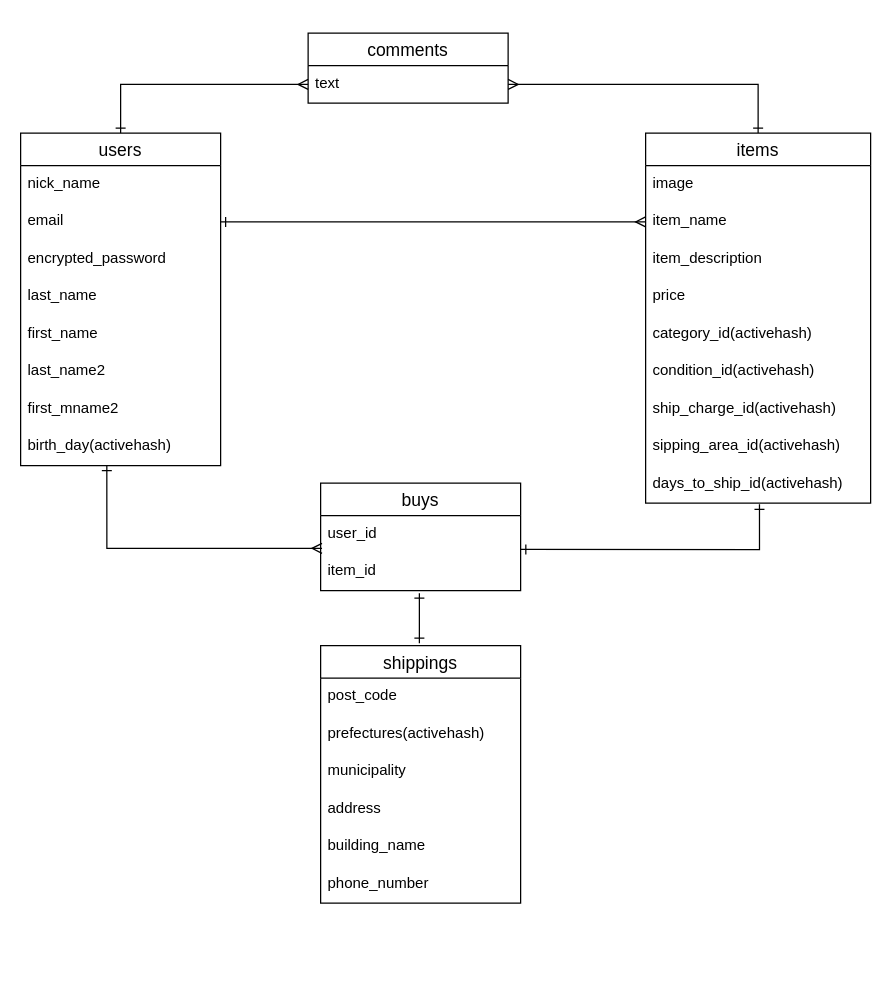
Above: page "ページ1" (1 of 2) of ER.dio in Kazuki3dayo/furima-31103 (draw.io), before the change. Source tidied: cells renumbered, new cells numbered last; positions are measured from the earlier drawing's top-left corner, leaving out a move shared by most shapes. Both pictures are drawn from the tidied source at 125%, with x=0, y=0 at pixel (20, 32).
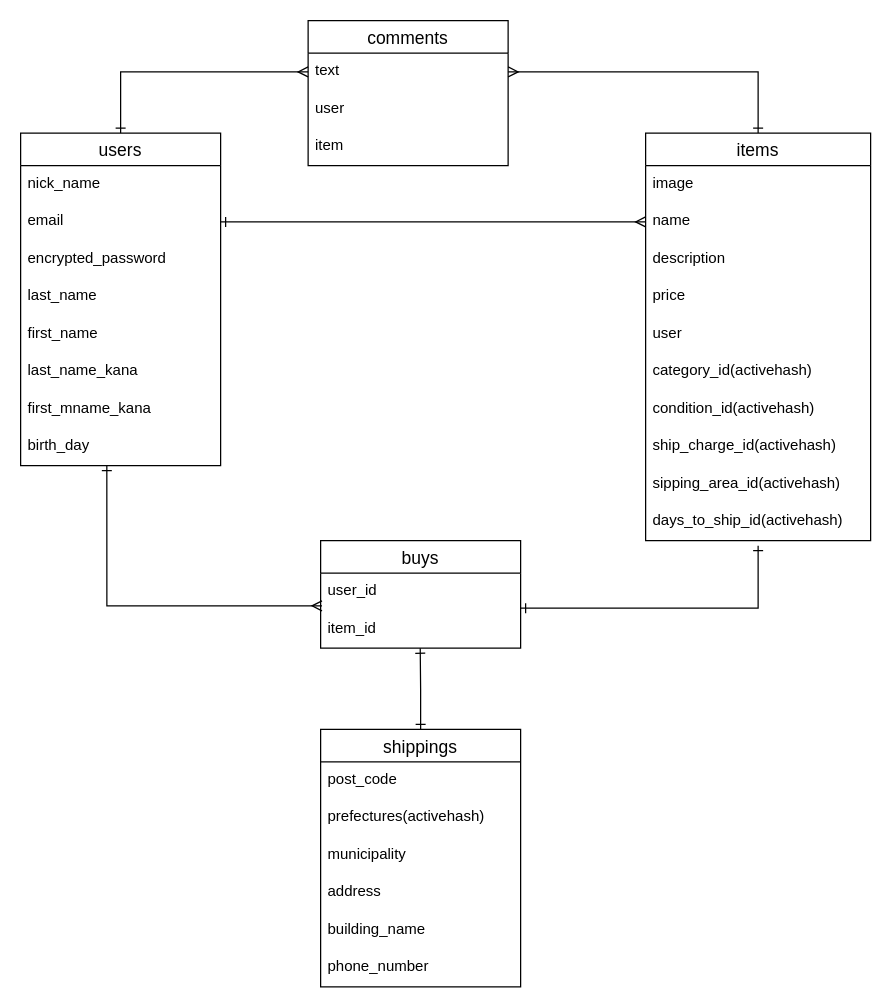
The same page after the edit.

Commit message (it also covers changes not shown here):
ER図、README修正_1

The change refers to these unchanged cells:
```xml
<mxCell id="7" value="users" style="swimlane;fontStyle=0;horizontal=1;startSize=26;align=center;fontSize=14;" parent="1" vertex="1">
  <mxGeometry y="80" width="160" height="266" as="geometry" />
</mxCell>
<mxCell id="31" value="item_id" style="text;strokeColor=none;fillColor=none;spacingLeft=4;spacingRight=4;overflow=hidden;points=[[0,0.5],[1,0.5]];portConstraint=eastwest;fontSize=12;" parent="29" vertex="1">
  <mxGeometry y="56" width="160" height="30" as="geometry" />
</mxCell>
```

Change to the diagram source:
```diff
@@
-    <mxCell id="6" style="edgeStyle=orthogonalEdgeStyle;rounded=0;jettySize=auto;html=1;exitX=1.001;exitY=-0.097;exitDx=0;exitDy=0;startArrow=ERone;startFill=0;endArrow=ERone;endFill=0;entryX=0.506;entryY=1.033;entryDx=0;entryDy=0;entryPerimeter=0;exitPerimeter=0;" parent="1" edge="1" source="31" target="25">
-      <mxGeometry relative="1" as="geometry" />
-    </mxCell>
@@
-    <mxCell id="13" value="last_name2" style="text;strokeColor=none;fillColor=none;spacingLeft=4;spacingRight=4;overflow=hidden;fontSize=12;" parent="7" vertex="1">
+    <mxCell id="13" value="last_name_kana" style="text;strokeColor=none;fillColor=none;spacingLeft=4;spacingRight=4;overflow=hidden;fontSize=12;" parent="7" vertex="1">
       <mxGeometry y="176" width="160" height="30" as="geometry" />
     </mxCell>
-    <mxCell id="14" value="first_mname2" style="text;strokeColor=none;fillColor=none;spacingLeft=4;spacingRight=4;overflow=hidden;fontSize=12;" parent="7" vertex="1">
+    <mxCell id="14" value="first_mname_kana" style="text;strokeColor=none;fillColor=none;spacingLeft=4;spacingRight=4;overflow=hidden;fontSize=12;" parent="7" vertex="1">
       <mxGeometry y="206" width="160" height="30" as="geometry" />
     </mxCell>
-    <mxCell id="15" value="birth_day(activehash)" style="text;strokeColor=none;fillColor=none;spacingLeft=4;spacingRight=4;overflow=hidden;points=[[0,0.5],[1,0.5]];portConstraint=eastwest;fontSize=12;" parent="7" vertex="1">
+    <mxCell id="15" value="birth_day" style="text;strokeColor=none;fillColor=none;spacingLeft=4;spacingRight=4;overflow=hidden;points=[[0,0.5],[1,0.5]];portConstraint=eastwest;fontSize=12;" parent="7" vertex="1">
       <mxGeometry y="236" width="160" height="30" as="geometry" />
     </mxCell>
     <mxCell id="16" value="items" style="swimlane;fontStyle=0;horizontal=1;startSize=26;align=center;fontSize=14;" parent="1" vertex="1">
-      <mxGeometry x="500" y="80" width="180" height="296" as="geometry" />
+      <mxGeometry x="500" y="80" width="180" height="326" as="geometry" />
     </mxCell>
@@
-    <mxCell id="18" value="item_name" style="text;strokeColor=none;fillColor=none;spacingLeft=4;spacingRight=4;overflow=hidden;points=[[0,0.5],[1,0.5]];portConstraint=eastwest;fontSize=12;" parent="16" vertex="1">
+    <mxCell id="18" value="name" style="text;strokeColor=none;fillColor=none;spacingLeft=4;spacingRight=4;overflow=hidden;points=[[0,0.5],[1,0.5]];portConstraint=eastwest;fontSize=12;" parent="16" vertex="1">
       <mxGeometry y="56" width="180" height="30" as="geometry" />
     </mxCell>
-    <mxCell id="19" value="item_description" style="text;strokeColor=none;fillColor=none;spacingLeft=4;spacingRight=4;overflow=hidden;fontSize=12;" parent="16" vertex="1">
+    <mxCell id="19" value="description" style="text;strokeColor=none;fillColor=none;spacingLeft=4;spacingRight=4;overflow=hidden;fontSize=12;" parent="16" vertex="1">
       <mxGeometry y="86" width="180" height="30" as="geometry" />
     </mxCell>
@@
+    <mxCell id="39" value="user" style="text;strokeColor=none;fillColor=none;spacingLeft=4;spacingRight=4;overflow=hidden;fontSize=12;" parent="16" vertex="1">
+      <mxGeometry y="146" width="180" height="30" as="geometry" />
+    </mxCell>
     <mxCell id="21" value="category_id(activehash)" style="text;strokeColor=none;fillColor=none;spacingLeft=4;spacingRight=4;overflow=hidden;fontSize=12;" parent="16" vertex="1">
-      <mxGeometry y="146" width="180" height="30" as="geometry" />
+      <mxGeometry y="176" width="180" height="30" as="geometry" />
     </mxCell>
     <mxCell id="22" value="condition_id(activehash)" style="text;strokeColor=none;fillColor=none;spacingLeft=4;spacingRight=4;overflow=hidden;fontSize=12;" parent="16" vertex="1">
-      <mxGeometry y="176" width="180" height="30" as="geometry" />
+      <mxGeometry y="206" width="180" height="30" as="geometry" />
     </mxCell>
     <mxCell id="23" value="ship_charge_id(activehash)" style="text;strokeColor=none;fillColor=none;spacingLeft=4;spacingRight=4;overflow=hidden;fontSize=12;" parent="16" vertex="1">
-      <mxGeometry y="206" width="180" height="30" as="geometry" />
+      <mxGeometry y="236" width="180" height="30" as="geometry" />
     </mxCell>
     <mxCell id="24" value="sipping_area_id(activehash)" style="text;strokeColor=none;fillColor=none;spacingLeft=4;spacingRight=4;overflow=hidden;fontSize=12;" parent="16" vertex="1">
-      <mxGeometry y="236" width="180" height="30" as="geometry" />
+      <mxGeometry y="266" width="180" height="30" as="geometry" />
     </mxCell>
     <mxCell id="25" value="days_to_ship_id(activehash)" style="text;strokeColor=none;fillColor=none;spacingLeft=4;spacingRight=4;overflow=hidden;points=[[0,0.5],[1,0.5]];portConstraint=eastwest;fontSize=12;" parent="16" vertex="1">
-      <mxGeometry y="266" width="180" height="30" as="geometry" />
+      <mxGeometry y="296" width="180" height="30" as="geometry" />
     </mxCell>
-    <mxCell id="26" style="edgeStyle=orthogonalEdgeStyle;rounded=0;orthogonalLoop=1;jettySize=auto;html=1;startArrow=ERone;startFill=0;endArrow=ERone;endFill=0;" parent="1" edge="1">
-      <mxGeometry relative="1" as="geometry">
-        <mxPoint x="319" y="488" as="sourcePoint" />
-        <mxPoint x="319" y="448" as="targetPoint" />
-        <Array as="points">
-          <mxPoint x="319.3" y="448" />
-          <mxPoint x="319.3" y="448" />
-        </Array>
-      </mxGeometry>
-    </mxCell>
-    <mxCell id="27" value="comments" style="swimlane;fontStyle=0;horizontal=1;startSize=26;align=center;fontSize=14;" parent="1" vertex="1">
-      <mxGeometry x="230" width="160" height="56" as="geometry" />
-    </mxCell>
-    <mxCell id="28" value="text" style="text;strokeColor=none;fillColor=none;spacingLeft=4;spacingRight=4;overflow=hidden;points=[[0,0.5],[1,0.5]];portConstraint=eastwest;fontSize=12;" parent="27" vertex="1">
-      <mxGeometry y="26" width="160" height="30" as="geometry" />
-    </mxCell>
+    <mxCell id="40" style="edgeStyle=orthogonalEdgeStyle;rounded=0;orthogonalLoop=1;jettySize=auto;html=1;startArrow=ERone;startFill=0;endArrow=ERone;endFill=0;" parent="1" edge="1">
+      <mxGeometry relative="1" as="geometry">
+        <mxPoint x="400" y="460" as="sourcePoint" />
+        <mxPoint x="590" y="410" as="targetPoint" />
+        <Array as="points">
+          <mxPoint x="400" y="460" />
+          <mxPoint x="590" y="460" />
+        </Array>
+      </mxGeometry>
+    </mxCell>
     <mxCell id="29" value="buys" style="swimlane;fontStyle=0;horizontal=1;startSize=26;align=center;fontSize=14;" parent="1" vertex="1">
-      <mxGeometry x="240" y="360" width="160" height="86" as="geometry" />
+      <mxGeometry x="240" y="406" width="160" height="86" as="geometry" />
     </mxCell>
@@
+    <mxCell id="41" style="edgeStyle=orthogonalEdgeStyle;rounded=0;jettySize=auto;html=1;exitX=0.5;exitY=0;exitDx=0;exitDy=0;startArrow=ERone;startFill=0;endArrow=ERone;endFill=0;entryX=0.498;entryY=1.004;entryDx=0;entryDy=0;entryPerimeter=0;" parent="1" edge="1" source="32" target="31">
+      <mxGeometry relative="1" as="geometry" />
+    </mxCell>
+    <mxCell id="27" value="comments" style="swimlane;fontStyle=0;horizontal=1;startSize=26;align=center;fontSize=14;" parent="1" vertex="1">
+      <mxGeometry x="230" y="-10" width="160" height="116" as="geometry" />
+    </mxCell>
+    <mxCell id="28" value="text" style="text;strokeColor=none;fillColor=none;spacingLeft=4;spacingRight=4;overflow=hidden;points=[[0,0.5],[1,0.5]];portConstraint=eastwest;fontSize=12;" parent="27" vertex="1">
+      <mxGeometry y="26" width="160" height="30" as="geometry" />
+    </mxCell>
+    <mxCell id="42" value="user" style="text;strokeColor=none;fillColor=none;spacingLeft=4;spacingRight=4;overflow=hidden;fontSize=12;" parent="27" vertex="1">
+      <mxGeometry y="56" width="160" height="30" as="geometry" />
+    </mxCell>
+    <mxCell id="43" value="item" style="text;strokeColor=none;fillColor=none;spacingLeft=4;spacingRight=4;overflow=hidden;fontSize=12;" parent="27" vertex="1">
+      <mxGeometry y="86" width="160" height="30" as="geometry" />
+    </mxCell>
     <mxCell id="32" value="shippings" style="swimlane;fontStyle=0;horizontal=1;startSize=26;align=center;fontSize=14;" parent="1" vertex="1">
-      <mxGeometry x="240" y="490" width="160" height="206" as="geometry" />
+      <mxGeometry x="240" y="557" width="160" height="206" as="geometry" />
     </mxCell>
```
